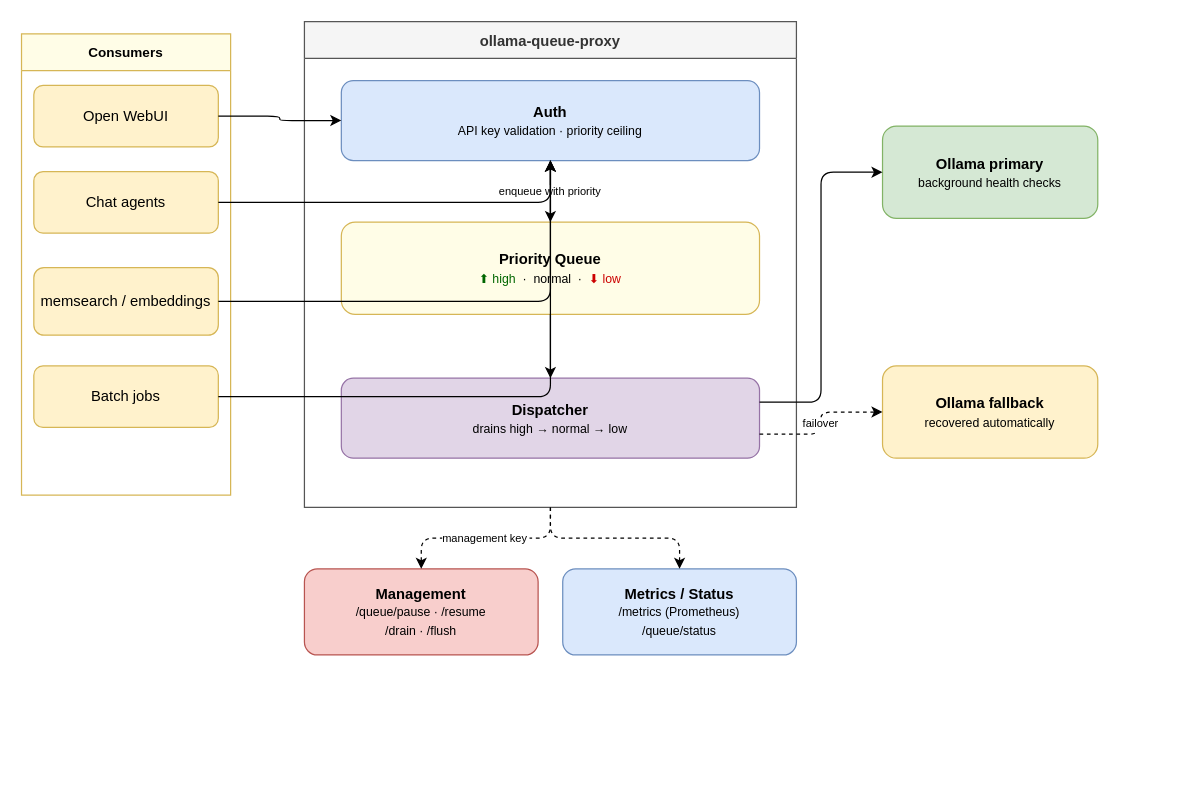
Before: docs/request-flow.drawio in TadMSTR/ollama-queue-proxy, a draw.io diagram. Source tidied: cells renumbered, new cells numbered last; positions are measured from the earlier drawing's top-left corner, leaving out a move shared by most shapes. Both pictures are drawn from the tidied source at 123%, with x=0, y=0 at pixel (21, 21).
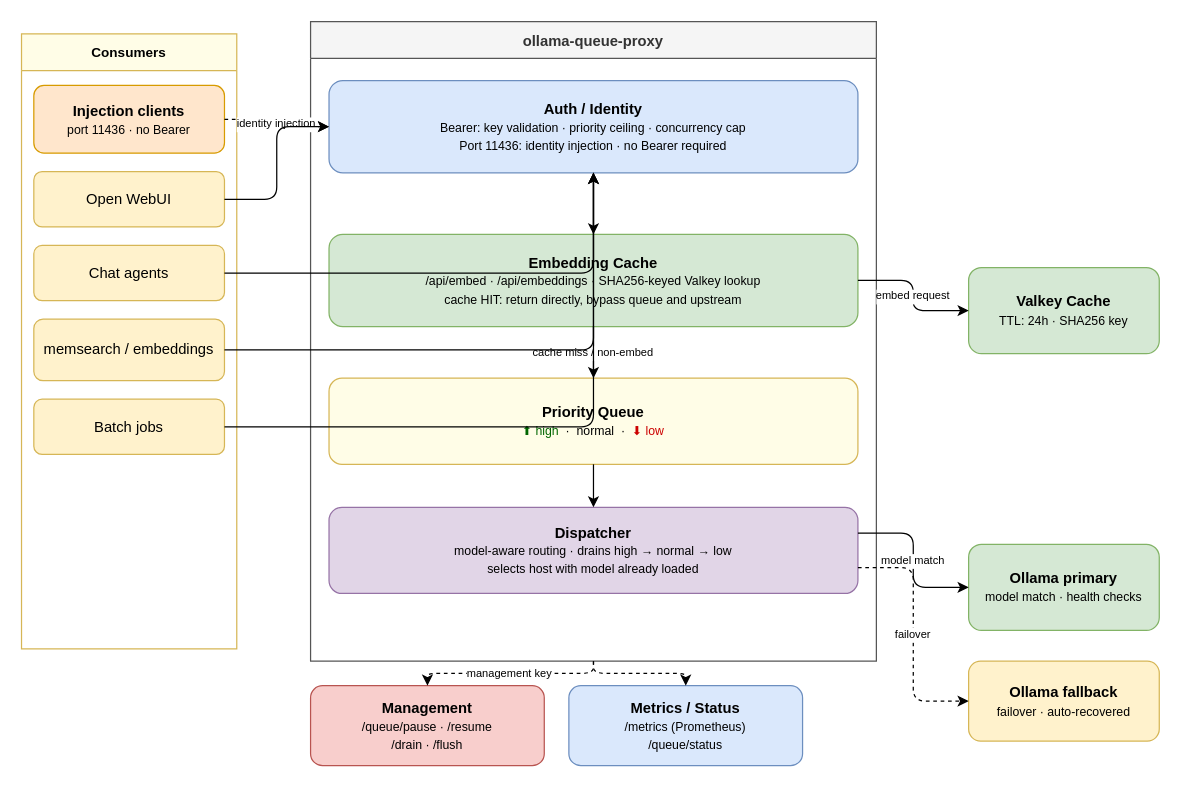
The same diagram, later.

Commit message (it also covers changes not shown here):
docs: update request flow diagram for v0.2.0 (cache, injection, model-aware routing)

Diff of the diagram source:
```diff
@@
     <mxCell id="2" value="Consumers" style="swimlane;startSize=30;fillColor=#fffde7;strokeColor=#d6b656;fontStyle=1;fontSize=11;" parent="1" vertex="1">
-      <mxGeometry y="10" width="170" height="375" as="geometry" />
+      <mxGeometry y="10" width="175" height="500" as="geometry" />
     </mxCell>
+    <mxCell id="25" value="&lt;b&gt;Injection clients&lt;/b&gt;&lt;br/&gt;&lt;font style=&quot;font-size:10px;font-weight:normal;&quot;&gt;port 11436 &amp;middot; no Bearer&lt;/font&gt;" style="rounded=1;whiteSpace=wrap;html=1;fillColor=#ffe6cc;strokeColor=#d79b00;" parent="2" vertex="1">
+      <mxGeometry x="10" y="42" width="155" height="55" as="geometry" />
+    </mxCell>
     <mxCell id="3" value="Open WebUI" style="rounded=1;whiteSpace=wrap;fillColor=#fff2cc;strokeColor=#d6b656;" parent="2" vertex="1">
-      <mxGeometry x="10" y="42" width="150" height="50" as="geometry" />
+      <mxGeometry x="10" y="112" width="155" height="45" as="geometry" />
     </mxCell>
     <mxCell id="4" value="Chat agents" style="rounded=1;whiteSpace=wrap;fillColor=#fff2cc;strokeColor=#d6b656;" parent="2" vertex="1">
-      <mxGeometry x="10" y="112" width="150" height="50" as="geometry" />
+      <mxGeometry x="10" y="172" width="155" height="45" as="geometry" />
     </mxCell>
     <mxCell id="5" value="memsearch / embeddings" style="rounded=1;whiteSpace=wrap;fillColor=#fff2cc;strokeColor=#d6b656;" parent="2" vertex="1">
-      <mxGeometry x="10" y="190" width="150" height="55" as="geometry" />
+      <mxGeometry x="10" y="232" width="155" height="50" as="geometry" />
     </mxCell>
     <mxCell id="6" value="Batch jobs" style="rounded=1;whiteSpace=wrap;fillColor=#fff2cc;strokeColor=#d6b656;" parent="2" vertex="1">
-      <mxGeometry x="10" y="270" width="150" height="50" as="geometry" />
+      <mxGeometry x="10" y="297" width="155" height="45" as="geometry" />
     </mxCell>
     <mxCell id="7" value="ollama-queue-proxy" style="swimlane;startSize=30;fillColor=#f5f5f5;strokeColor=#555555;fontColor=#333333;fontStyle=1;fontSize=12;" parent="1" vertex="1">
-      <mxGeometry x="230" width="400" height="395" as="geometry" />
+      <mxGeometry x="235" width="460" height="520" as="geometry" />
     </mxCell>
-    <mxCell id="8" value="&lt;b&gt;Auth&lt;/b&gt;&lt;br/&gt;&lt;font style=&quot;font-size:10px;font-weight:normal;&quot;&gt;API key validation &amp;middot; priority ceiling&lt;/font&gt;" style="rounded=1;whiteSpace=wrap;html=1;fillColor=#dae8fc;strokeColor=#6c8ebf;" parent="7" vertex="1">
-      <mxGeometry x="30" y="48" width="340" height="65" as="geometry" />
+    <mxCell id="8" value="&lt;b&gt;Auth / Identity&lt;/b&gt;&lt;br/&gt;&lt;font style=&quot;font-size:10px;font-weight:normal;&quot;&gt;Bearer: key validation &amp;middot; priority ceiling &amp;middot; concurrency cap&lt;br/&gt;Port 11436: identity injection &amp;middot; no Bearer required&lt;/font&gt;" style="rounded=1;whiteSpace=wrap;html=1;fillColor=#dae8fc;strokeColor=#6c8ebf;" parent="7" vertex="1">
+      <mxGeometry x="15" y="48" width="430" height="75" as="geometry" />
     </mxCell>
+    <mxCell id="26" value="&lt;b&gt;Embedding Cache&lt;/b&gt;&lt;br/&gt;&lt;font style=&quot;font-size:10px;font-weight:normal;&quot;&gt;/api/embed &amp;middot; /api/embeddings &amp;middot; SHA256-keyed Valkey lookup&lt;br/&gt;cache HIT: return directly, bypass queue and upstream&lt;/font&gt;" style="rounded=1;whiteSpace=wrap;html=1;fillColor=#d5e8d4;strokeColor=#82b366;" parent="7" vertex="1">
+      <mxGeometry x="15" y="173" width="430" height="75" as="geometry" />
+    </mxCell>
     <mxCell id="9" value="&lt;b&gt;Priority Queue&lt;/b&gt;&lt;br/&gt;&lt;font style=&quot;font-size:10px;font-weight:normal;&quot;&gt;&lt;font color=&quot;#006600&quot;&gt;⬆ high&lt;/font&gt; &amp;nbsp;&amp;middot;&amp;nbsp; normal &amp;nbsp;&amp;middot;&amp;nbsp; &lt;font color=&quot;#cc0000&quot;&gt;⬇ low&lt;/font&gt;&lt;/font&gt;" style="rounded=1;whiteSpace=wrap;html=1;fillColor=#fffde7;strokeColor=#d6b656;" parent="7" vertex="1">
-      <mxGeometry x="30" y="163" width="340" height="75" as="geometry" />
+      <mxGeometry x="15" y="290" width="430" height="70" as="geometry" />
     </mxCell>
-    <mxCell id="10" value="&lt;b&gt;Dispatcher&lt;/b&gt;&lt;br/&gt;&lt;font style=&quot;font-size:10px;font-weight:normal;&quot;&gt;drains high → normal → low&lt;/font&gt;" style="rounded=1;whiteSpace=wrap;html=1;fillColor=#e1d5e7;strokeColor=#9673a6;" parent="7" vertex="1">
-      <mxGeometry x="30" y="290" width="340" height="65" as="geometry" />
+    <mxCell id="10" value="&lt;b&gt;Dispatcher&lt;/b&gt;&lt;br/&gt;&lt;font style=&quot;font-size:10px;font-weight:normal;&quot;&gt;model-aware routing &amp;middot; drains high → normal → low&lt;br/&gt;selects host with model already loaded&lt;/font&gt;" style="rounded=1;whiteSpace=wrap;html=1;fillColor=#e1d5e7;strokeColor=#9673a6;" parent="7" vertex="1">
+      <mxGeometry x="15" y="395" width="430" height="70" as="geometry" />
     </mxCell>
+    <mxCell id="27" value="&lt;b&gt;Valkey Cache&lt;/b&gt;&lt;br/&gt;&lt;font style=&quot;font-size:10px;font-weight:normal;&quot;&gt;TTL: 24h &amp;middot; SHA256 key&lt;/font&gt;" style="rounded=1;whiteSpace=wrap;html=1;fillColor=#d5e8d4;strokeColor=#82b366;" parent="1" vertex="1">
+      <mxGeometry x="770" y="200" width="155" height="70" as="geometry" />
+    </mxCell>
-    <mxCell id="11" value="&lt;b&gt;Ollama primary&lt;/b&gt;&lt;br/&gt;&lt;font style=&quot;font-size:10px;font-weight:normal;&quot;&gt;background health checks&lt;/font&gt;" style="rounded=1;whiteSpace=wrap;html=1;fillColor=#d5e8d4;strokeColor=#82b366;" parent="1" vertex="1">
-      <mxGeometry x="700" y="85" width="175" height="75" as="geometry" />
+    <mxCell id="11" value="&lt;b&gt;Ollama primary&lt;/b&gt;&lt;br/&gt;&lt;font style=&quot;font-size:10px;font-weight:normal;&quot;&gt;model match &amp;middot; health checks&lt;/font&gt;" style="rounded=1;whiteSpace=wrap;html=1;fillColor=#d5e8d4;strokeColor=#82b366;" parent="1" vertex="1">
+      <mxGeometry x="770" y="425" width="155" height="70" as="geometry" />
     </mxCell>
-    <mxCell id="12" value="&lt;b&gt;Ollama fallback&lt;/b&gt;&lt;br/&gt;&lt;font style=&quot;font-size:10px;font-weight:normal;&quot;&gt;recovered automatically&lt;/font&gt;" style="rounded=1;whiteSpace=wrap;html=1;fillColor=#fff2cc;strokeColor=#d6b656;" parent="1" vertex="1">
-      <mxGeometry x="700" y="280" width="175" height="75" as="geometry" />
+    <mxCell id="12" value="&lt;b&gt;Ollama fallback&lt;/b&gt;&lt;br/&gt;&lt;font style=&quot;font-size:10px;font-weight:normal;&quot;&gt;failover &amp;middot; auto-recovered&lt;/font&gt;" style="rounded=1;whiteSpace=wrap;html=1;fillColor=#fff2cc;strokeColor=#d6b656;" parent="1" vertex="1">
+      <mxGeometry x="770" y="520" width="155" height="65" as="geometry" />
     </mxCell>
     <mxCell id="13" value="&lt;b&gt;Management&lt;/b&gt;&lt;br/&gt;&lt;font style=&quot;font-size:10px;font-weight:normal;&quot;&gt;/queue/pause &amp;middot; /resume&lt;br/&gt;/drain &amp;middot; /flush&lt;/font&gt;" style="rounded=1;whiteSpace=wrap;html=1;fillColor=#f8cecc;strokeColor=#b85450;" parent="1" vertex="1">
-      <mxGeometry x="230" y="445" width="190" height="70" as="geometry" />
+      <mxGeometry x="235" y="540" width="190" height="65" as="geometry" />
     </mxCell>
     <mxCell id="14" value="&lt;b&gt;Metrics / Status&lt;/b&gt;&lt;br/&gt;&lt;font style=&quot;font-size:10px;font-weight:normal;&quot;&gt;/metrics (Prometheus)&lt;br/&gt;/queue/status&lt;/font&gt;" style="rounded=1;whiteSpace=wrap;html=1;fillColor=#dae8fc;strokeColor=#6c8ebf;" parent="1" vertex="1">
-      <mxGeometry x="440" y="445" width="190" height="70" as="geometry" />
+      <mxGeometry x="445" y="540" width="190" height="65" as="geometry" />
     </mxCell>
+    <mxCell id="28" value="identity injection" style="edgeStyle=orthogonalEdgeStyle;rounded=1;dashed=1;fontSize=9;exitX=1;exitY=0.5;exitDx=0;exitDy=0;" parent="1" edge="1" source="25" target="8">
+      <mxGeometry relative="1" as="geometry" />
+    </mxCell>
@@
-    <mxCell id="19" value="enqueue with priority" style="edgeStyle=orthogonalEdgeStyle;rounded=1;fontSize=9;" parent="7" edge="1" source="8" target="9">
-      <mxGeometry relative="1" as="geometry" />
-    </mxCell>
-    <mxCell id="20" style="edgeStyle=orthogonalEdgeStyle;rounded=1;" parent="7" edge="1" source="9" target="10">
+    <mxCell id="20" style="edgeStyle=orthogonalEdgeStyle;rounded=1;" parent="7" edge="1" source="8" target="26">
       <mxGeometry relative="1" as="geometry" />
     </mxCell>
-    <mxCell id="21" style="edgeStyle=orthogonalEdgeStyle;rounded=1;exitX=1;exitY=0.3;exitDx=0;exitDy=0;entryX=0;entryY=0.5;entryDx=0;entryDy=0;" parent="1" edge="1" source="10" target="11">
+    <mxCell id="21" value="embed request" style="edgeStyle=orthogonalEdgeStyle;rounded=1;fontSize=9;exitX=1;exitY=0.5;exitDx=0;exitDy=0;entryX=0;entryY=0.5;entryDx=0;entryDy=0;" parent="1" edge="1" source="26" target="27">
       <mxGeometry relative="1" as="geometry" />
     </mxCell>
-    <mxCell id="22" value="failover" style="edgeStyle=orthogonalEdgeStyle;rounded=1;dashed=1;fontSize=9;exitX=1;exitY=0.7;exitDx=0;exitDy=0;entryX=0;entryY=0.5;entryDx=0;entryDy=0;" parent="1" edge="1" source="10" target="12">
+    <mxCell id="22" value="cache miss / non-embed" style="edgeStyle=orthogonalEdgeStyle;rounded=1;fontSize=9;" parent="7" edge="1" source="26" target="9">
       <mxGeometry relative="1" as="geometry" />
     </mxCell>
-    <mxCell id="23" value="management key" style="edgeStyle=orthogonalEdgeStyle;rounded=1;dashed=1;fontSize=9;" parent="1" edge="1" source="7" target="13">
+    <mxCell id="23" style="edgeStyle=orthogonalEdgeStyle;rounded=1;" parent="7" edge="1" source="9" target="10">
       <mxGeometry relative="1" as="geometry" />
     </mxCell>
-    <mxCell id="24" style="edgeStyle=orthogonalEdgeStyle;rounded=1;dashed=1;" parent="1" edge="1" source="7" target="14">
+    <mxCell id="24" value="model match" style="edgeStyle=orthogonalEdgeStyle;rounded=1;fontSize=9;exitX=1;exitY=0.3;exitDx=0;exitDy=0;entryX=0;entryY=0.5;entryDx=0;entryDy=0;" parent="1" edge="1" source="10" target="11">
       <mxGeometry relative="1" as="geometry" />
     </mxCell>
+    <mxCell id="29" value="failover" style="edgeStyle=orthogonalEdgeStyle;rounded=1;dashed=1;fontSize=9;exitX=1;exitY=0.7;exitDx=0;exitDy=0;entryX=0;entryY=0.5;entryDx=0;entryDy=0;" parent="1" edge="1" source="10" target="12">
+      <mxGeometry relative="1" as="geometry" />
+    </mxCell>
+    <mxCell id="30" value="management key" style="edgeStyle=orthogonalEdgeStyle;rounded=1;dashed=1;fontSize=9;" parent="1" edge="1" source="7" target="13">
+      <mxGeometry relative="1" as="geometry" />
+    </mxCell>
+    <mxCell id="31" style="edgeStyle=orthogonalEdgeStyle;rounded=1;dashed=1;" parent="1" edge="1" source="7" target="14">
+      <mxGeometry relative="1" as="geometry" />
+    </mxCell>
```
